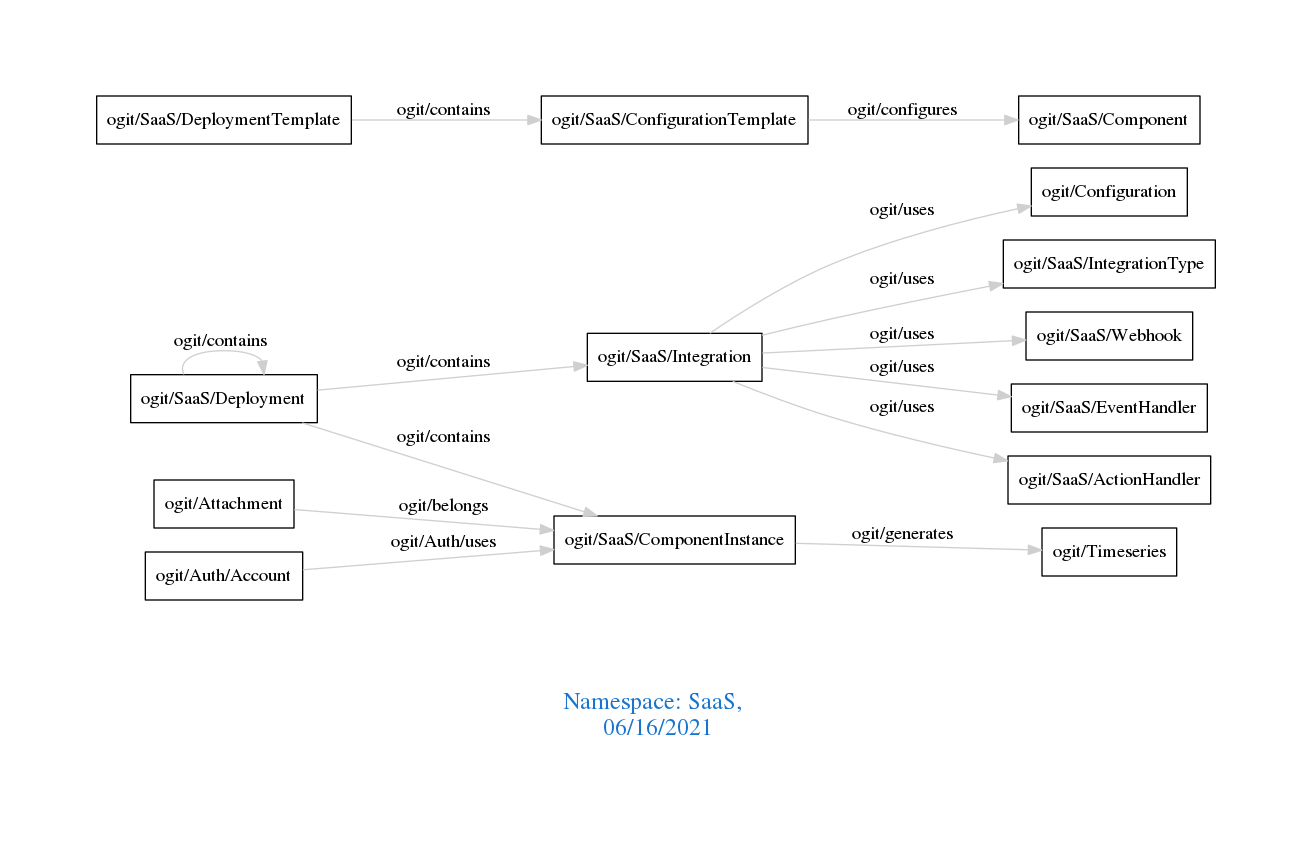
arago/OGIT keeps this Graphviz diagram as downloads/SaaS.png. Above is the earlier version. Its source is kept beside it as downloads/SaaS.dot.
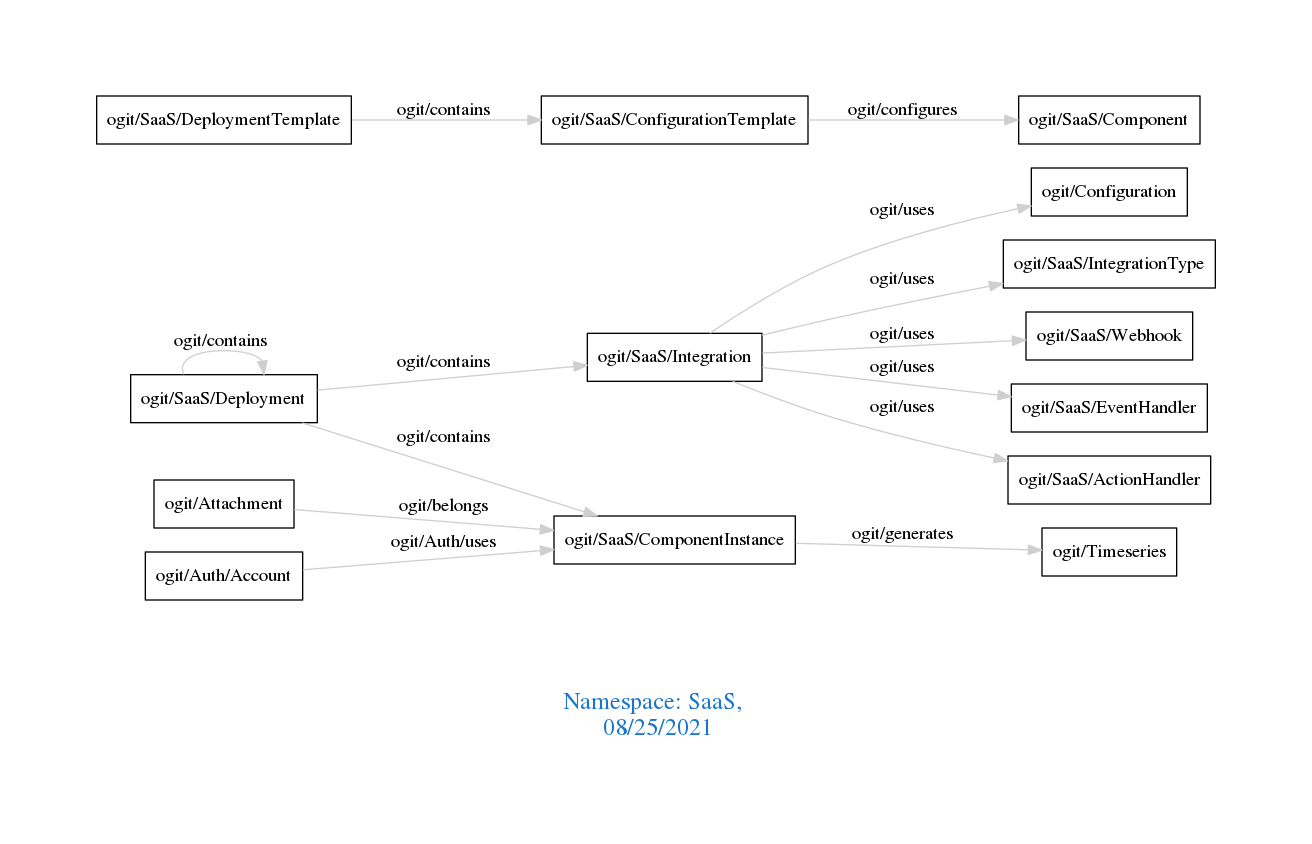
The same file after the commit.

The edit, as a diff of the source:
```diff
@@ -1,7 +1,7 @@
 digraph OGIT_ontology {
  graph [ rankdir= LR,pad=1
 fontsize = 18,
-fontcolor= dodgerblue3,label = "\n\n\nNamespace: SaaS, \n 06/16/2021"];
+fontcolor= dodgerblue3,label = "\n\n\nNamespace: SaaS, \n 08/25/2021"];
 node[shape=polygon];
 edge [  color="gray81"];
 
```
